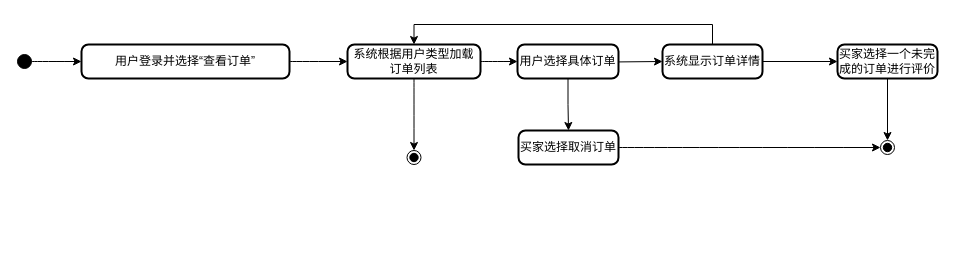
This is page "行为建模" (2 of 2) of 文档/需求分析规约文档/三种建模/17查看、取消、评价订单用例建模.drawio from w1ntercube/TJ-SE-Design, a draw.io file, before an edit. Source tidied: cells renumbered, new cells numbered last; positions are measured from the earlier drawing's top-left corner, leaving out a move shared by most shapes. Both pictures are drawn from the tidied source at 100%, with x=0, y=0 at pixel (17, 44).
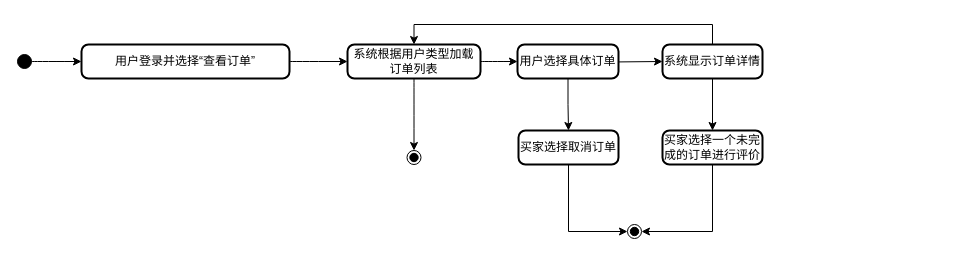
The same diagram, later.

Unchanged cells that the change refers to:
```xml
<mxCell id="10" value="系统显示订单详情" style="rounded=1;absoluteArcSize=1;arcSize=14;whiteSpace=wrap;strokeWidth=2;" parent="1" vertex="1">
  <mxGeometry x="645" width="100" height="34" as="geometry" />
</mxCell>
<mxCell id="18" value="买家选择取消订单" style="rounded=1;absoluteArcSize=1;arcSize=14;whiteSpace=wrap;strokeWidth=2;" parent="1" vertex="1">
  <mxGeometry x="501" y="86" width="100" height="34" as="geometry" />
</mxCell>
```

Change to the diagram source:
```diff
@@
-    <mxCell id="9" style="edgeStyle=orthogonalEdgeStyle;rounded=0;jettySize=auto;html=1;exitX=1;exitY=0.5;exitDx=0;exitDy=0;entryX=0;entryY=0.5;entryDx=0;entryDy=0;" parent="1" edge="1" source="10" target="17">
+    <mxCell id="9" style="edgeStyle=orthogonalEdgeStyle;rounded=0;jettySize=auto;html=1;entryX=0.5;entryY=0;entryDx=0;entryDy=0;" parent="1" edge="1" source="10" target="17">
       <mxGeometry relative="1" as="geometry" />
     </mxCell>
@@
-    <mxCell id="16" style="edgeStyle=orthogonalEdgeStyle;rounded=0;jettySize=auto;html=1;exitX=0.5;exitY=1;exitDx=0;exitDy=0;" parent="1" edge="1" source="17" target="19">
-      <mxGeometry relative="1" as="geometry" />
+    <mxCell id="16" style="edgeStyle=orthogonalEdgeStyle;rounded=0;jettySize=auto;html=1;entryX=1;entryY=0.5;entryDx=0;entryDy=0;" parent="1" edge="1" source="17" target="19">
+      <mxGeometry relative="1" as="geometry">
+        <Array as="points">
+          <mxPoint x="695" y="187" />
+        </Array>
+      </mxGeometry>
     </mxCell>
     <mxCell id="17" value="买家选择一个未完成的订单进行评价" style="rounded=1;absoluteArcSize=1;arcSize=14;whiteSpace=wrap;strokeWidth=2;" parent="1" vertex="1">
-      <mxGeometry x="820" width="100" height="34" as="geometry" />
+      <mxGeometry x="645" y="86" width="100" height="34" as="geometry" />
     </mxCell>
+    <mxCell id="20" style="edgeStyle=orthogonalEdgeStyle;rounded=0;jettySize=auto;html=1;entryX=0;entryY=0.5;entryDx=0;entryDy=0;" parent="1" edge="1" source="18" target="19">
+      <mxGeometry relative="1" as="geometry">
+        <Array as="points">
+          <mxPoint x="551" y="187" />
+        </Array>
+      </mxGeometry>
+    </mxCell>
@@
     <mxCell id="19" style="ellipse;shape=endState;fillColor=strokeColor;" parent="1" vertex="1">
-      <mxGeometry x="863" y="96" width="14" height="14" as="geometry" />
+      <mxGeometry x="610" y="180" width="14" height="14" as="geometry" />
     </mxCell>
-    <mxCell id="20" style="curved=1;startArrow=none;rounded=0;" parent="1" edge="1" source="18" target="19">
-      <mxGeometry relative="1" as="geometry" />
-    </mxCell>
```
